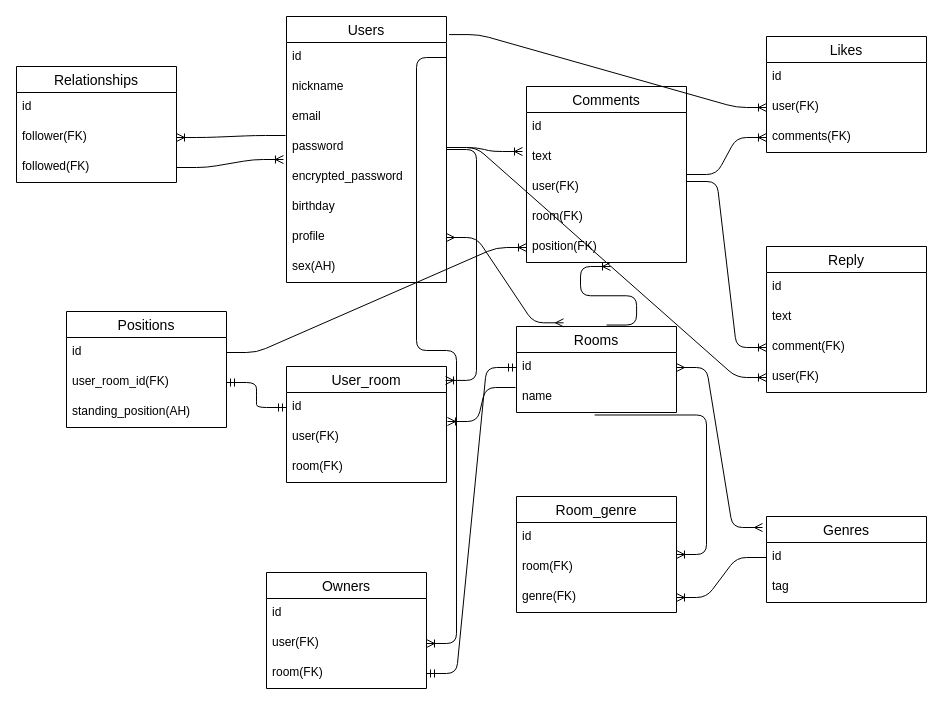
Before: ER図.dio in harukicode0/discussion_app_2022, a draw.io diagram. Source tidied: cells renumbered, new cells numbered last; positions are measured from the earlier drawing's top-left corner, leaving out a move shared by most shapes. Both pictures are drawn from the tidied source at 100%, with x=0, y=0 at pixel (16, 16).
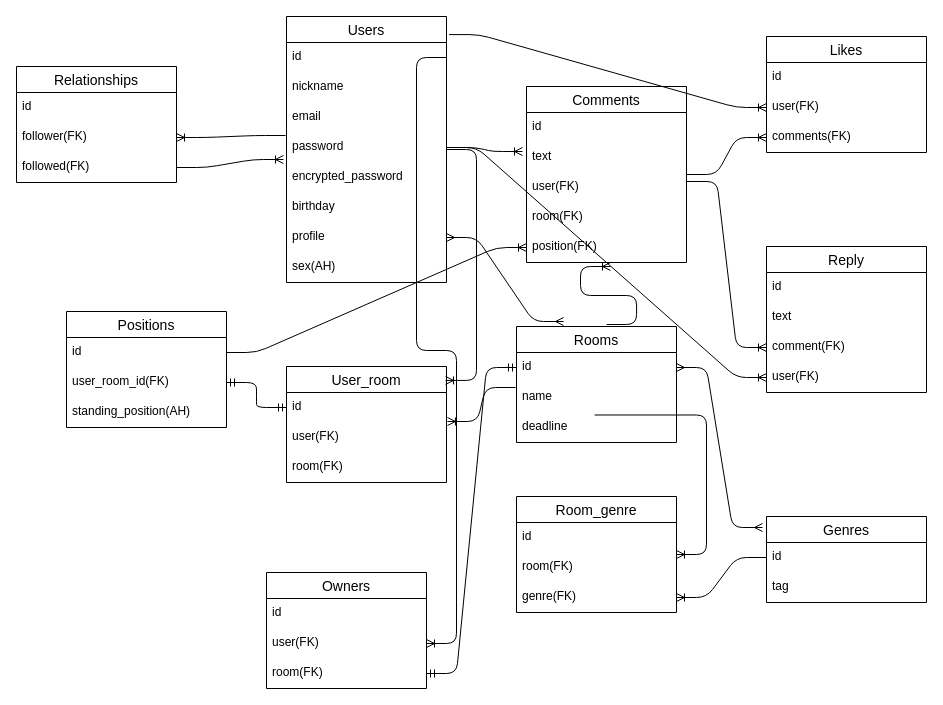
After the change.

Diff of the diagram source:
```diff
@@
     <mxCell id="11" value="Rooms" style="swimlane;fontStyle=0;horizontal=1;startSize=26;align=center;fontSize=14;" parent="1" vertex="1">
-      <mxGeometry x="500" y="310" width="160" height="86" as="geometry" />
+      <mxGeometry x="500" y="310" width="160" height="116" as="geometry" />
     </mxCell>
@@
+    <mxCell id="70" value="deadline" style="text;strokeColor=none;fillColor=none;spacingLeft=4;spacingRight=4;overflow=hidden;fontSize=12;" parent="11" vertex="1">
+      <mxGeometry y="86" width="160" height="30" as="geometry" />
+    </mxCell>
```
